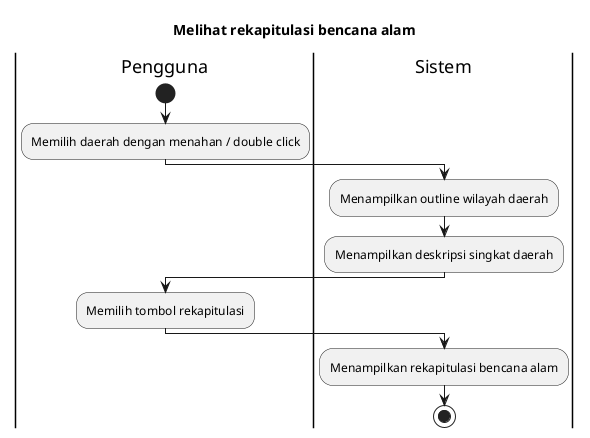
Earlier version of the PlantUML export export/Activity Diagrams/UC-MAP - Peta Bencana/UC-MAP-003 - Melihat rekapitulasi bencana alam.png (bagusNA/appl-diagrams). The source it was exported from:
```plantuml
@startuml
title Melihat rekapitulasi bencana alam

|Pengguna|
start
:Memilih daerah dengan menahan / double click;

|Sistem|
:Menampilkan outline wilayah daerah;
:Menampilkan deskripsi singkat daerah;

|Pengguna|
:Memilih tombol rekapitulasi;

|Sistem|
:Menampilkan rekapitulasi bencana alam;

stop
@enduml
```
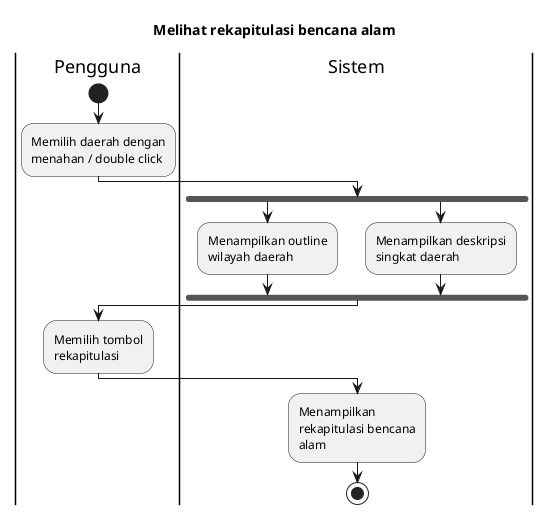
The same file after the commit.

Diff of the diagram source:
```diff
@@ -1,4 +1,6 @@
 @startuml
+skinparam wrapWidth 140
+
 title Melihat rekapitulasi bencana alam
 
 |Pengguna|
@@ -6,8 +8,11 @@
 :Memilih daerah dengan menahan / double click;
 
 |Sistem|
-:Menampilkan outline wilayah daerah;
-:Menampilkan deskripsi singkat daerah;
+fork
+  :Menampilkan outline wilayah daerah;
+fork again
+  :Menampilkan deskripsi singkat daerah;
+endfork
 
 |Pengguna|
 :Memilih tombol rekapitulasi;
```
